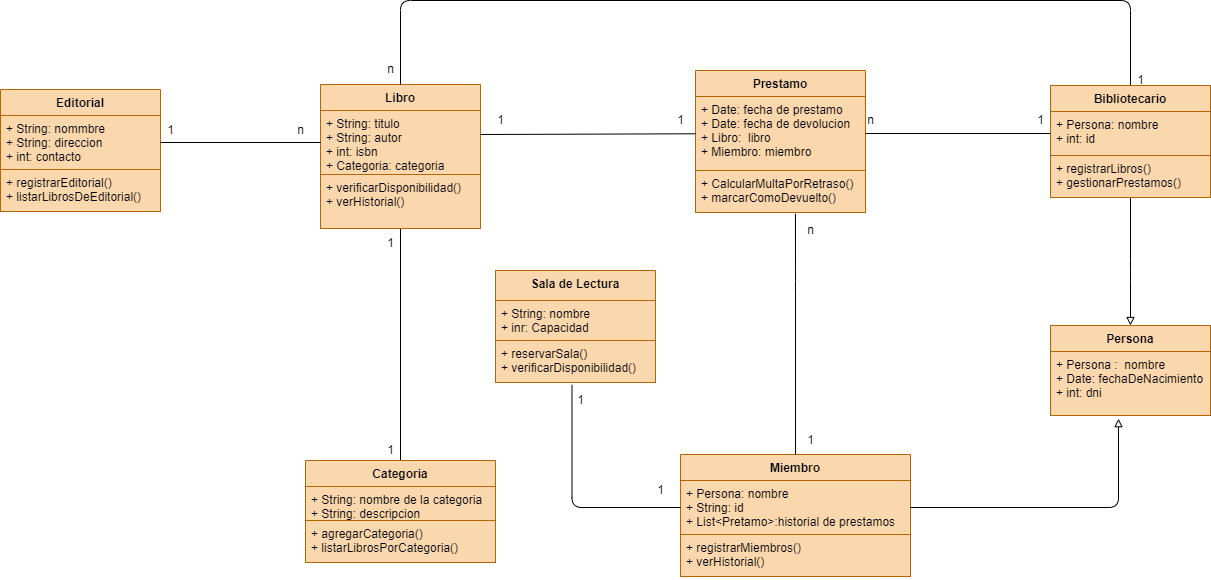
This is Diagramas/Sistema_de_Bibliotecas_B.drawio.png from nexphernandez/Diagramas-de-Clase, a draw.io export, as it was before one commit. Source tidied: cells renumbered, new cells last; positions are measured from the earlier drawing's top-left corner, leaving out a move shared by most shapes.
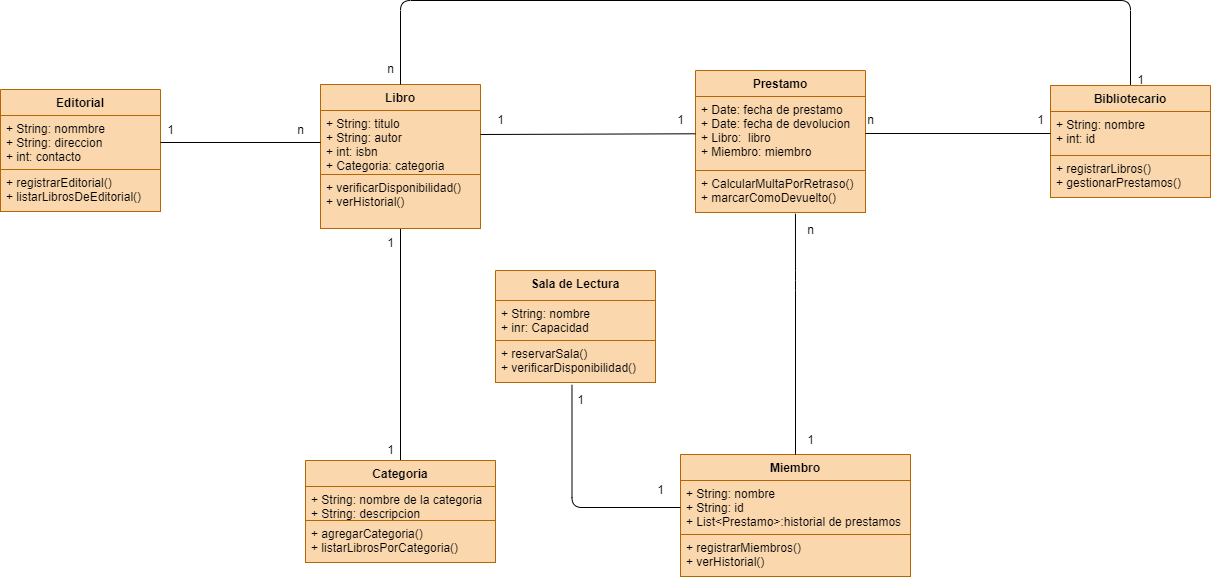
Later version of the same file.

What changed in the source:
```diff
@@ -20,7 +20,7 @@
     <mxCell id="7" value="Miembro" style="swimlane;fontStyle=1;align=center;verticalAlign=top;horizontal=1;startSize=26;fillColor=#fad7ac;strokeColor=#b46504;" parent="1" vertex="1">
       <mxGeometry x="680" y="454" width="230" height="122" as="geometry" />
     </mxCell>
-    <mxCell id="8" value="+ Persona: nombre&#10;+ String: id&#10;+ List&lt;Pretamo&gt;:historial de prestamos" style="text;fillColor=#fad7ac;align=left;verticalAlign=top;spacingLeft=4;spacingRight=4;overflow=hidden;points=[[0,0.5],[1,0.5]];portConstraint=eastwest;strokeColor=#b46504;" parent="7" vertex="1">
+    <mxCell id="8" value="+ String: nombre&#10;+ String: id&#10;+ List&lt;Prestamo&gt;:historial de prestamos" style="text;fillColor=#fad7ac;align=left;verticalAlign=top;spacingLeft=4;spacingRight=4;overflow=hidden;points=[[0,0.5],[1,0.5]];portConstraint=eastwest;strokeColor=#b46504;" parent="7" vertex="1">
       <mxGeometry y="26" width="230" height="54" as="geometry" />
     </mxCell>
     <mxCell id="9" style="line;strokeWidth=1;fillColor=#fad7ac;align=left;verticalAlign=middle;spacingTop=-1;spacingLeft=3;spacingRight=3;labelPosition=right;strokeColor=#b46504;" parent="7" vertex="1">
@@ -41,14 +41,6 @@
     <mxCell id="14" value="+ CalcularMultaPorRetraso()&#10;+ marcarComoDevuelto()" style="text;strokeColor=#b46504;fillColor=#fad7ac;align=left;verticalAlign=top;spacingLeft=4;spacingRight=4;overflow=hidden;points=[[0,0.5],[1,0.5]];portConstraint=eastwest;" parent="11" vertex="1">
       <mxGeometry y="100" width="170" height="42" as="geometry" />
     </mxCell>
-    <mxCell id="15" style="edgeStyle=orthogonalEdgeStyle;html=1;entryX=0.5;entryY=0;entryDx=0;entryDy=0;endArrow=block;endFill=0;" parent="1" edge="1" source="17" target="25">
-      <mxGeometry relative="1" as="geometry">
-        <Array as="points">
-          <mxPoint x="1130" y="270" />
-          <mxPoint x="1130" y="270" />
-        </Array>
-      </mxGeometry>
-    </mxCell>
     <mxCell id="16" style="edgeStyle=orthogonalEdgeStyle;html=1;endArrow=none;endFill=0;entryX=0.5;entryY=0;entryDx=0;entryDy=0;" parent="1" edge="1" source="17" target="3">
       <mxGeometry relative="1" as="geometry">
         <Array as="points">
@@ -60,7 +52,7 @@
     <mxCell id="17" value="Bibliotecario" style="swimlane;fontStyle=1;align=center;verticalAlign=top;horizontal=1;startSize=26;fillColor=#fad7ac;strokeColor=#b46504;" parent="1" vertex="1">
       <mxGeometry x="1050" y="85" width="160" height="112" as="geometry" />
     </mxCell>
-    <mxCell id="18" value="+ Persona: nombre&#10;+ int: id" style="text;strokeColor=#b46504;fillColor=#fad7ac;align=left;verticalAlign=top;spacingLeft=4;spacingRight=4;overflow=hidden;points=[[0,0.5],[1,0.5]];portConstraint=eastwest;" parent="17" vertex="1">
+    <mxCell id="18" value="+ String: nombre&#10;+ int: id" style="text;strokeColor=#b46504;fillColor=#fad7ac;align=left;verticalAlign=top;spacingLeft=4;spacingRight=4;overflow=hidden;points=[[0,0.5],[1,0.5]];portConstraint=eastwest;" parent="17" vertex="1">
       <mxGeometry y="26" width="160" height="44" as="geometry" />
     </mxCell>
     <mxCell id="19" style="line;strokeWidth=1;fillColor=none;align=left;verticalAlign=middle;spacingTop=-1;spacingLeft=3;spacingRight=3;labelPosition=right;strokeColor=inherit;" parent="17" vertex="1">
@@ -81,15 +73,6 @@
     <mxCell id="24" value="+ agregarCategoria()&#10;+ listarLibrosPorCategoria()" style="text;strokeColor=#b46504;fillColor=#fad7ac;align=left;verticalAlign=top;spacingLeft=4;spacingRight=4;overflow=hidden;" parent="21" vertex="1">
       <mxGeometry y="60" width="190" height="42" as="geometry" />
     </mxCell>
-    <mxCell id="25" value="Persona" style="swimlane;fontStyle=1;align=center;verticalAlign=top;horizontal=1;startSize=26;fillColor=#fad7ac;strokeColor=#b46504;" parent="1" vertex="1">
-      <mxGeometry x="1050" y="325" width="160" height="90" as="geometry" />
-    </mxCell>
-    <mxCell id="26" value="+ Persona :  nombre&#10;+ Date: fechaDeNacimiento&#10;+ int: dni" style="text;fillColor=#fad7ac;align=left;verticalAlign=top;spacingLeft=4;spacingRight=4;overflow=hidden;points=[[0,0.5],[1,0.5]];portConstraint=eastwest;strokeColor=#b46504;" parent="25" vertex="1">
-      <mxGeometry y="26" width="160" height="64" as="geometry" />
-    </mxCell>
-    <mxCell id="27" style="line;strokeWidth=1;fillColor=none;align=left;verticalAlign=middle;spacingTop=-1;spacingLeft=3;spacingRight=3;labelPosition=right;strokeColor=inherit;" parent="25" vertex="1">
-      <mxGeometry y="90" width="160" as="geometry" />
-    </mxCell>
     <mxCell id="28" style="edgeStyle=none;html=1;entryX=0;entryY=0.5;entryDx=0;entryDy=0;endArrow=none;endFill=0;" parent="1" edge="1" source="12" target="18">
       <mxGeometry relative="1" as="geometry" />
     </mxCell>
@@ -110,13 +93,6 @@
     <mxCell id="32" value="n" style="text;html=1;align=center;verticalAlign=middle;strokeColor=none;fillColor=none;" parent="1" vertex="1">
       <mxGeometry x="795" y="215" width="30" height="30" as="geometry" />
     </mxCell>
-    <mxCell id="33" style="edgeStyle=orthogonalEdgeStyle;html=1;entryX=0.425;entryY=1.05;entryDx=0;entryDy=0;entryPerimeter=0;endArrow=block;endFill=0;" parent="1" edge="1" source="8" target="26">
-      <mxGeometry relative="1" as="geometry">
-        <Array as="points">
-          <mxPoint x="1118" y="507" />
-        </Array>
-      </mxGeometry>
-    </mxCell>
     <mxCell id="34" value="1" style="text;html=1;align=center;verticalAlign=middle;strokeColor=none;fillColor=none;" parent="1" vertex="1">
       <mxGeometry x="665" y="105" width="30" height="30" as="geometry" />
     </mxCell>
```
